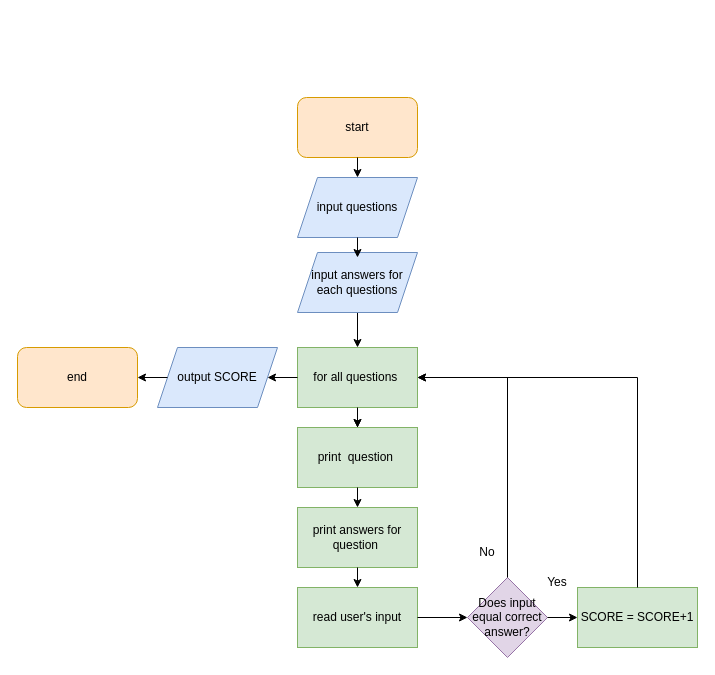
This is Untitled Diagram.drawio from Saishaity/Quest, a draw.io file, before an edit. Source tidied: cells renumbered, new cells numbered last; positions are measured from the earlier drawing's top-left corner, leaving out a move shared by most shapes. Both pictures are drawn from the tidied source at 100%, with x=0, y=0 at pixel (17, 97).
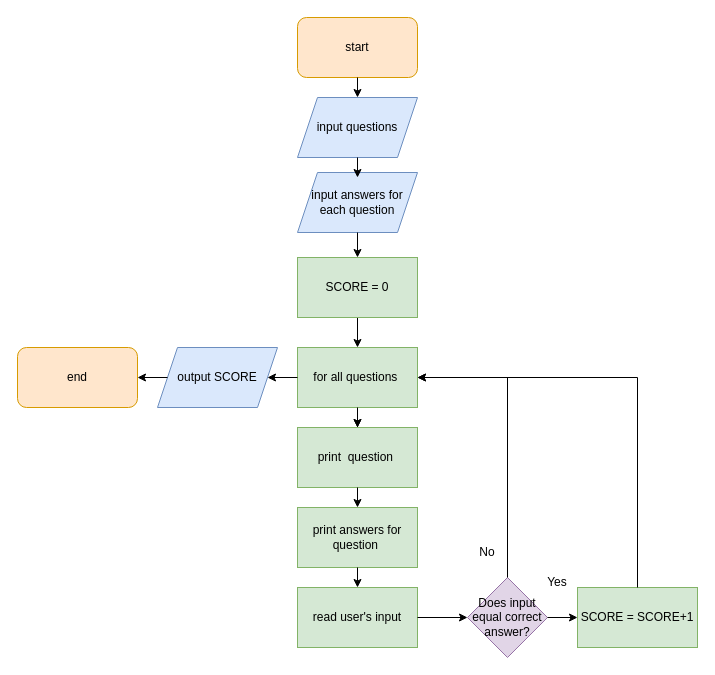
The same page after the edit.

The change refers to these unchanged cells:
```xml
<mxCell id="6" value="for all questions&amp;nbsp;" style="rounded=0;whiteSpace=wrap;html=1;fillColor=#d5e8d4;strokeColor=#82b366;" parent="1" vertex="1">
  <mxGeometry x="280" y="250" width="120" height="60" as="geometry" />
</mxCell>
```

Diff of the diagram source:
```diff
@@
     <mxCell id="2" value="start" style="rounded=1;whiteSpace=wrap;html=1;fillColor=#ffe6cc;strokeColor=#d79b00;" parent="1" vertex="1">
-      <mxGeometry x="280" width="120" height="60" as="geometry" />
+      <mxGeometry x="280" y="-80" width="120" height="60" as="geometry" />
     </mxCell>
@@
-    <mxCell id="17" style="endArrow=classic;html=1;rounded=0;entryX=0.5;entryY=0;entryDx=0;entryDy=0;exitX=0.5;exitY=1;exitDx=0;exitDy=0;" parent="1" edge="1" source="26" target="6">
+    <mxCell id="17" style="endArrow=classic;html=1;rounded=0;entryX=0.5;entryY=0;entryDx=0;entryDy=0;exitX=0.5;exitY=1;exitDx=0;exitDy=0;" parent="1" edge="1" source="28" target="6">
       <mxGeometry relative="1" as="geometry" />
     </mxCell>
@@
     <mxCell id="25" value="input questions" style="shape=parallelogram;perimeter=parallelogramPerimeter;whiteSpace=wrap;html=1;fixedSize=1;fillColor=#dae8fc;strokeColor=#6c8ebf;" parent="1" vertex="1">
-      <mxGeometry x="280" y="80" width="120" height="60" as="geometry" />
+      <mxGeometry x="280" width="120" height="60" as="geometry" />
     </mxCell>
-    <mxCell id="26" value="input answers for each questions" style="shape=parallelogram;perimeter=parallelogramPerimeter;whiteSpace=wrap;html=1;fixedSize=1;fillColor=#dae8fc;strokeColor=#6c8ebf;" parent="1" vertex="1">
-      <mxGeometry x="280" y="155" width="120" height="60" as="geometry" />
+    <mxCell id="26" value="input answers for each question" style="shape=parallelogram;perimeter=parallelogramPerimeter;whiteSpace=wrap;html=1;fixedSize=1;fillColor=#dae8fc;strokeColor=#6c8ebf;" parent="1" vertex="1">
+      <mxGeometry x="280" y="75" width="120" height="60" as="geometry" />
     </mxCell>
     <mxCell id="27" style="endArrow=classic;html=1;rounded=0;exitX=0.5;exitY=1;exitDx=0;exitDy=0;" parent="1" edge="1" source="25">
       <mxGeometry relative="1" as="geometry">
-        <mxPoint x="340" y="160" as="targetPoint" />
+        <mxPoint x="340" y="80" as="targetPoint" />
       </mxGeometry>
     </mxCell>
+    <mxCell id="28" value="SCORE = 0" style="rounded=0;whiteSpace=wrap;html=1;fillColor=#d5e8d4;strokeColor=#82b366;" parent="1" vertex="1">
+      <mxGeometry x="280" y="160" width="120" height="60" as="geometry" />
+    </mxCell>
+    <mxCell id="29" style="endArrow=classic;html=1;rounded=0;exitX=0.5;exitY=1;exitDx=0;exitDy=0;" parent="1" edge="1" source="26" target="28">
+      <mxGeometry relative="1" as="geometry" />
+    </mxCell>
```
